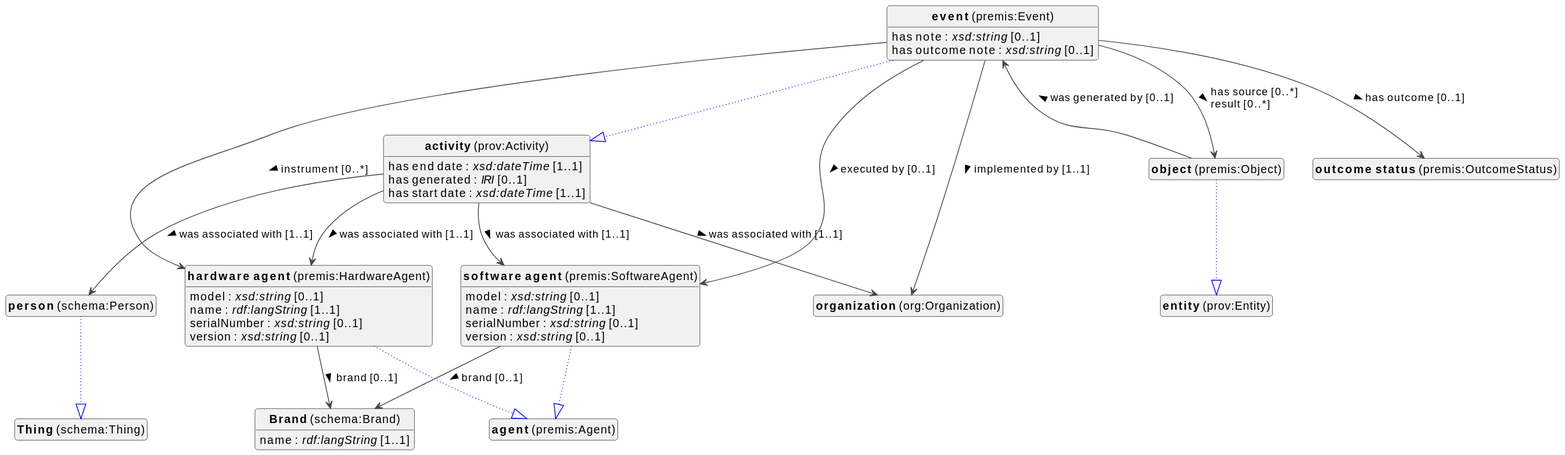
Before: docs/metadata/knowledge-graph/0.0.1/events/en/events-diagram.svg, a diagram exported from PlantUML (viaacode/documentation-jekyll).
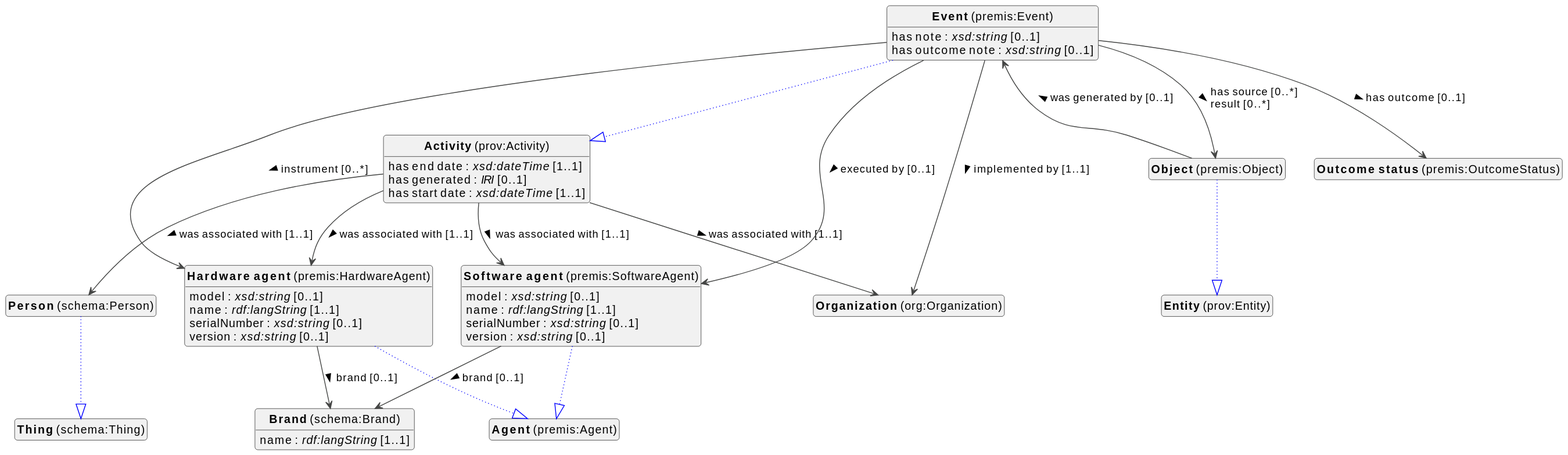
After the commit.

Change to the diagram source:
```diff
@@ -11,19 +11,19 @@
 
 
 class "<b>Brand</b> (schema:Brand)" as schema_Brand [[#schema%3ABrand]]
-class "<b>activity</b> (prov:Activity)" as prov_Activity [[#prov%3AActivity]]
-class "<b>event</b> (premis:Event)" as premis_Event [[#premis%3AEvent]]
-class "<b>activity</b> (prov:Activity)" as prov_Activity [[#prov%3AActivity]]
-class "<b>hardware agent</b> (premis:HardwareAgent)" as premis_HardwareAgent [[#premis%3AHardwareAgent]]
-class "<b>agent</b> (premis:Agent)" as premis_Agent [[#premis%3AAgent]]
-class "<b>object</b> (premis:Object)" as premis_Object [[#premis%3AObject]]
-class "<b>entity</b> (prov:Entity)" as prov_Entity [[#prov%3AEntity]]
-class "<b>organization</b> (org:Organization)" as org_Organization [[../../organizations/en#org%3AOrganization]]
-class "<b>outcome status</b> (premis:OutcomeStatus)" as premis_OutcomeStatus [[#premis%3AOutcomeStatus]]
-class "<b>person</b> (schema:Person)" as schema_Person [[../../organizations/en#schema%3APerson]]
+class "<b>Activity</b> (prov:Activity)" as prov_Activity [[#prov%3AActivity]]
+class "<b>Event</b> (premis:Event)" as premis_Event [[#premis%3AEvent]]
+class "<b>Activity</b> (prov:Activity)" as prov_Activity [[#prov%3AActivity]]
+class "<b>Hardware agent</b> (premis:HardwareAgent)" as premis_HardwareAgent [[#premis%3AHardwareAgent]]
+class "<b>Agent</b> (premis:Agent)" as premis_Agent [[#premis%3AAgent]]
+class "<b>Object</b> (premis:Object)" as premis_Object [[#premis%3AObject]]
+class "<b>Entity</b> (prov:Entity)" as prov_Entity [[#prov%3AEntity]]
+class "<b>Organization</b> (org:Organization)" as org_Organization [[../../organizations/en#org%3AOrganization]]
+class "<b>Outcome status</b> (premis:OutcomeStatus)" as premis_OutcomeStatus [[#premis%3AOutcomeStatus]]
+class "<b>Person</b> (schema:Person)" as schema_Person [[../../organizations/en#schema%3APerson]]
 class "<b>Thing</b> (schema:Thing)" as schema_Thing [[#schema%3AThing]]
-class "<b>software agent</b> (premis:SoftwareAgent)" as premis_SoftwareAgent [[#premis%3ASoftwareAgent]]
-class "<b>agent</b> (premis:Agent)" as premis_Agent [[#premis%3AAgent]]
+class "<b>Software agent</b> (premis:SoftwareAgent)" as premis_SoftwareAgent [[#premis%3ASoftwareAgent]]
+class "<b>Agent</b> (premis:Agent)" as premis_Agent [[#premis%3AAgent]]
 
 
 schema_Brand : name : <i>rdf:langString</i> [1..1]
```
